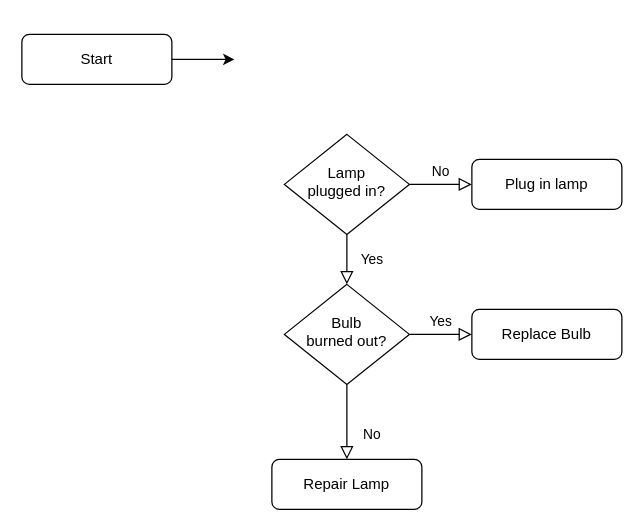
Above: src/main/TransactionFlow.drawio in AKing982/BudgetBuddy (draw.io), before the change. Source tidied: cells renumbered, new cells numbered last; positions are measured from the earlier drawing's top-left corner, leaving out a move shared by most shapes. Both pictures are drawn from the tidied source at 125%, with x=0, y=0 at pixel (21, 34).
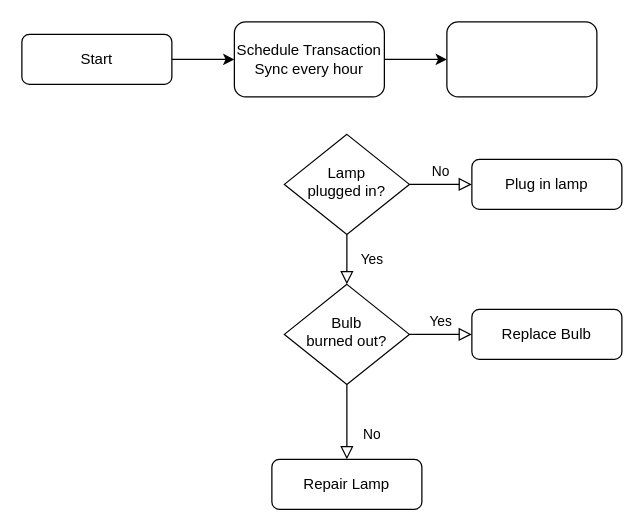
Above is the later version.

The edit, as a diff of the source:
```diff
@@
 <mxGraphModel>
   <root>
     <mxCell id="0" />
     <mxCell id="1" parent="0" />
     <mxCell id="2" value="Start" style="rounded=1;whiteSpace=wrap;html=1;fontSize=12;glass=0;strokeWidth=1;shadow=0;" parent="1" vertex="1">
       <mxGeometry width="120" height="40" as="geometry" />
     </mxCell>
     <mxCell id="3" value="Yes" style="rounded=0;html=1;jettySize=auto;fontSize=11;endArrow=block;endFill=0;endSize=8;strokeWidth=1;shadow=0;labelBackgroundColor=none;edgeStyle=orthogonalEdgeStyle;" parent="1" edge="1" source="5" target="9">
       <mxGeometry y="20" relative="1" as="geometry" />
     </mxCell>
     <mxCell id="4" value="No" style="edgeStyle=orthogonalEdgeStyle;rounded=0;html=1;jettySize=auto;fontSize=11;endArrow=block;endFill=0;endSize=8;strokeWidth=1;shadow=0;labelBackgroundColor=none;" parent="1" edge="1" source="5" target="6">
       <mxGeometry y="10" relative="1" as="geometry" />
     </mxCell>
     <mxCell id="5" value="Lamp&lt;br&gt;plugged in?" style="rhombus;whiteSpace=wrap;html=1;shadow=0;fontFamily=Helvetica;fontSize=12;align=center;strokeWidth=1;spacing=6;spacingTop=-4;" parent="1" vertex="1">
       <mxGeometry x="210" y="80" width="100" height="80" as="geometry" />
     </mxCell>
     <mxCell id="6" value="Plug in lamp" style="rounded=1;whiteSpace=wrap;html=1;fontSize=12;glass=0;strokeWidth=1;shadow=0;" parent="1" vertex="1">
       <mxGeometry x="360" y="100" width="120" height="40" as="geometry" />
     </mxCell>
     <mxCell id="7" value="No" style="rounded=0;html=1;jettySize=auto;fontSize=11;endArrow=block;endFill=0;endSize=8;strokeWidth=1;shadow=0;labelBackgroundColor=none;edgeStyle=orthogonalEdgeStyle;" parent="1" edge="1" source="9" target="10">
       <mxGeometry x="0.33" y="20" relative="1" as="geometry" />
     </mxCell>
     <mxCell id="8" value="Yes" style="edgeStyle=orthogonalEdgeStyle;rounded=0;html=1;jettySize=auto;fontSize=11;endArrow=block;endFill=0;endSize=8;strokeWidth=1;shadow=0;labelBackgroundColor=none;" parent="1" edge="1" source="9" target="11">
       <mxGeometry y="10" relative="1" as="geometry" />
     </mxCell>
     <mxCell id="9" value="Bulb&lt;br&gt;burned out?" style="rhombus;whiteSpace=wrap;html=1;shadow=0;fontFamily=Helvetica;fontSize=12;align=center;strokeWidth=1;spacing=6;spacingTop=-4;" parent="1" vertex="1">
       <mxGeometry x="210" y="200" width="100" height="80" as="geometry" />
     </mxCell>
     <mxCell id="10" value="Repair Lamp" style="rounded=1;whiteSpace=wrap;html=1;fontSize=12;glass=0;strokeWidth=1;shadow=0;" parent="1" vertex="1">
       <mxGeometry x="200" y="340" width="120" height="40" as="geometry" />
     </mxCell>
     <mxCell id="11" value="Replace Bulb" style="rounded=1;whiteSpace=wrap;html=1;fontSize=12;glass=0;strokeWidth=1;shadow=0;" parent="1" vertex="1">
       <mxGeometry x="360" y="220" width="120" height="40" as="geometry" />
     </mxCell>
     <mxCell id="12" style="endArrow=classic;html=1;rounded=0;exitX=1;exitY=0.5;exitDx=0;exitDy=0;" parent="1" edge="1" source="2">
       <mxGeometry relative="1" as="geometry">
         <mxPoint x="170" y="20" as="targetPoint" />
       </mxGeometry>
     </mxCell>
+    <mxCell id="13" value="Schedule Transaction Sync every hour" style="rounded=1;whiteSpace=wrap;html=1;" parent="1" vertex="1">
+      <mxGeometry x="170" y="-10" width="120" height="60" as="geometry" />
+    </mxCell>
+    <mxCell id="14" style="endArrow=classic;html=1;rounded=0;exitX=1;exitY=0.5;exitDx=0;exitDy=0;" parent="1" edge="1" source="13">
+      <mxGeometry relative="1" as="geometry">
+        <mxPoint x="340" y="20" as="targetPoint" />
+      </mxGeometry>
+    </mxCell>
+    <mxCell id="15" style="rounded=1;whiteSpace=wrap;html=1;" parent="1" vertex="1">
+      <mxGeometry x="340" y="-10" width="120" height="60" as="geometry" />
+    </mxCell>
   </root>
 </mxGraphModel>
```
